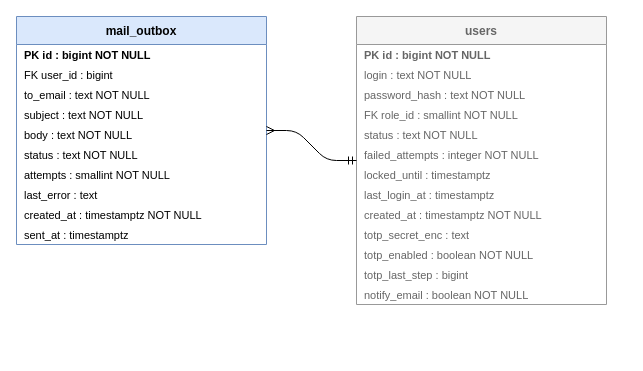
vladmeshkov/js-course-work keeps this draw.io diagram as page "Почта" (11 of 14) of docs/diagrams/er.drawio. Above is the earlier version. Source tidied: cells renumbered, new cells numbered last; positions are measured from the earlier drawing's top-left corner, leaving out a move shared by most shapes. Both pictures are drawn from the tidied source at 100%, with x=0, y=0 at pixel (16, 16).
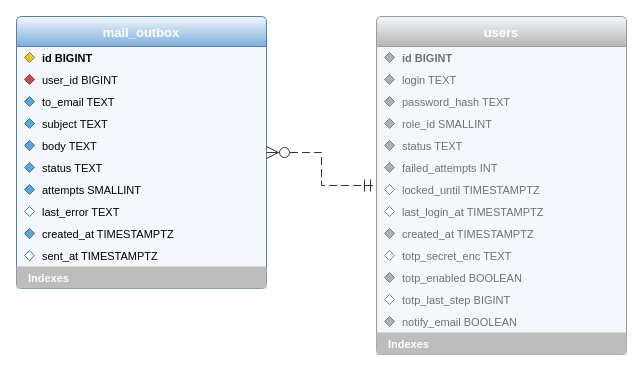
After the change.

Diff of the diagram source:
```diff
@@
-    <mxCell id="2" value="mail_outbox" style="swimlane;fontStyle=1;horizontal=1;startSize=28;fillColor=#dae8fc;strokeColor=#6c8ebf;fontColor=#000000;" parent="1" vertex="1">
-      <mxGeometry width="250" height="228" as="geometry" />
+    <mxCell id="2" value="mail_outbox" style="swimlane;fontStyle=1;fontSize=13;horizontal=1;startSize=30;rounded=1;arcSize=6;fillColor=#F4F8FC;swimlaneFillColor=#F4F8FC;gradientColor=#7FAEDB;strokeColor=#4F81B0;fontColor=#FFFFFF;align=center;" parent="1" vertex="1">
+      <mxGeometry width="250" height="272" as="geometry" />
     </mxCell>
-    <mxCell id="3" value="PK id : bigint NOT NULL" style="text;strokeColor=none;fillColor=none;align=left;verticalAlign=middle;spacingLeft=6;overflow=hidden;whiteSpace=nowrap;fontSize=11;fontStyle=1;" parent="2" vertex="1">
-      <mxGeometry y="28" width="250" height="20" as="geometry" />
+    <mxCell id="3" style="rhombus;fillColor=#F2C12E;strokeColor=#A07B00;" parent="2" vertex="1">
+      <mxGeometry x="8" y="36" width="10" height="10" as="geometry" />
     </mxCell>
-    <mxCell id="4" value="FK user_id : bigint" style="text;strokeColor=none;fillColor=none;align=left;verticalAlign=middle;spacingLeft=6;overflow=hidden;whiteSpace=nowrap;fontSize=11;" parent="2" vertex="1">
-      <mxGeometry y="48" width="250" height="20" as="geometry" />
+    <mxCell id="4" value="id BIGINT" style="text;strokeColor=none;fillColor=none;align=left;verticalAlign=middle;spacingLeft=24;overflow=hidden;whiteSpace=nowrap;fontSize=11;fontStyle=1;" parent="2" vertex="1">
+      <mxGeometry y="30" width="250" height="22" as="geometry" />
     </mxCell>
-    <mxCell id="5" value="   to_email : text NOT NULL" style="text;strokeColor=none;fillColor=none;align=left;verticalAlign=middle;spacingLeft=6;overflow=hidden;whiteSpace=nowrap;fontSize=11;" parent="2" vertex="1">
-      <mxGeometry y="68" width="250" height="20" as="geometry" />
+    <mxCell id="5" style="rhombus;fillColor=#C0504D;strokeColor=#8E2E2B;" parent="2" vertex="1">
+      <mxGeometry x="8" y="58" width="10" height="10" as="geometry" />
     </mxCell>
-    <mxCell id="6" value="   subject : text NOT NULL" style="text;strokeColor=none;fillColor=none;align=left;verticalAlign=middle;spacingLeft=6;overflow=hidden;whiteSpace=nowrap;fontSize=11;" parent="2" vertex="1">
-      <mxGeometry y="88" width="250" height="20" as="geometry" />
+    <mxCell id="6" value="user_id BIGINT" style="text;strokeColor=none;fillColor=none;align=left;verticalAlign=middle;spacingLeft=24;overflow=hidden;whiteSpace=nowrap;fontSize=11;" parent="2" vertex="1">
+      <mxGeometry y="52" width="250" height="22" as="geometry" />
     </mxCell>
-    <mxCell id="7" value="   body : text NOT NULL" style="text;strokeColor=none;fillColor=none;align=left;verticalAlign=middle;spacingLeft=6;overflow=hidden;whiteSpace=nowrap;fontSize=11;" parent="2" vertex="1">
-      <mxGeometry y="108" width="250" height="20" as="geometry" />
+    <mxCell id="7" style="rhombus;fillColor=#5BA7D6;strokeColor=#2F76A3;" parent="2" vertex="1">
+      <mxGeometry x="8" y="80" width="10" height="10" as="geometry" />
     </mxCell>
-    <mxCell id="8" value="   status : text NOT NULL" style="text;strokeColor=none;fillColor=none;align=left;verticalAlign=middle;spacingLeft=6;overflow=hidden;whiteSpace=nowrap;fontSize=11;" parent="2" vertex="1">
-      <mxGeometry y="128" width="250" height="20" as="geometry" />
+    <mxCell id="8" value="to_email TEXT" style="text;strokeColor=none;fillColor=none;align=left;verticalAlign=middle;spacingLeft=24;overflow=hidden;whiteSpace=nowrap;fontSize=11;" parent="2" vertex="1">
+      <mxGeometry y="74" width="250" height="22" as="geometry" />
     </mxCell>
-    <mxCell id="9" value="   attempts : smallint NOT NULL" style="text;strokeColor=none;fillColor=none;align=left;verticalAlign=middle;spacingLeft=6;overflow=hidden;whiteSpace=nowrap;fontSize=11;" parent="2" vertex="1">
-      <mxGeometry y="148" width="250" height="20" as="geometry" />
+    <mxCell id="9" style="rhombus;fillColor=#5BA7D6;strokeColor=#2F76A3;" parent="2" vertex="1">
+      <mxGeometry x="8" y="102" width="10" height="10" as="geometry" />
     </mxCell>
-    <mxCell id="10" value="   last_error : text" style="text;strokeColor=none;fillColor=none;align=left;verticalAlign=middle;spacingLeft=6;overflow=hidden;whiteSpace=nowrap;fontSize=11;" parent="2" vertex="1">
-      <mxGeometry y="168" width="250" height="20" as="geometry" />
+    <mxCell id="10" value="subject TEXT" style="text;strokeColor=none;fillColor=none;align=left;verticalAlign=middle;spacingLeft=24;overflow=hidden;whiteSpace=nowrap;fontSize=11;" parent="2" vertex="1">
+      <mxGeometry y="96" width="250" height="22" as="geometry" />
     </mxCell>
-    <mxCell id="11" value="   created_at : timestamptz NOT NULL" style="text;strokeColor=none;fillColor=none;align=left;verticalAlign=middle;spacingLeft=6;overflow=hidden;whiteSpace=nowrap;fontSize=11;" parent="2" vertex="1">
-      <mxGeometry y="188" width="250" height="20" as="geometry" />
+    <mxCell id="11" style="rhombus;fillColor=#5BA7D6;strokeColor=#2F76A3;" parent="2" vertex="1">
+      <mxGeometry x="8" y="124" width="10" height="10" as="geometry" />
     </mxCell>
-    <mxCell id="12" value="   sent_at : timestamptz" style="text;strokeColor=none;fillColor=none;align=left;verticalAlign=middle;spacingLeft=6;overflow=hidden;whiteSpace=nowrap;fontSize=11;" parent="2" vertex="1">
-      <mxGeometry y="208" width="250" height="20" as="geometry" />
+    <mxCell id="12" value="body TEXT" style="text;strokeColor=none;fillColor=none;align=left;verticalAlign=middle;spacingLeft=24;overflow=hidden;whiteSpace=nowrap;fontSize=11;" parent="2" vertex="1">
+      <mxGeometry y="118" width="250" height="22" as="geometry" />
     </mxCell>
-    <mxCell id="13" value="users" style="swimlane;fontStyle=1;horizontal=1;startSize=28;fillColor=#f5f5f5;strokeColor=#999999;fontColor=#666666;" parent="1" vertex="1">
-      <mxGeometry x="340" width="250" height="288" as="geometry" />
+    <mxCell id="13" style="rhombus;fillColor=#5BA7D6;strokeColor=#2F76A3;" parent="2" vertex="1">
+      <mxGeometry x="8" y="146" width="10" height="10" as="geometry" />
     </mxCell>
-    <mxCell id="14" value="PK id : bigint NOT NULL" style="text;strokeColor=none;fillColor=none;align=left;verticalAlign=middle;spacingLeft=6;overflow=hidden;whiteSpace=nowrap;fontSize=11;fontStyle=1;fontColor=#666666;" parent="13" vertex="1">
-      <mxGeometry y="28" width="250" height="20" as="geometry" />
+    <mxCell id="14" value="status TEXT" style="text;strokeColor=none;fillColor=none;align=left;verticalAlign=middle;spacingLeft=24;overflow=hidden;whiteSpace=nowrap;fontSize=11;" parent="2" vertex="1">
+      <mxGeometry y="140" width="250" height="22" as="geometry" />
     </mxCell>
-    <mxCell id="15" value="   login : text NOT NULL" style="text;strokeColor=none;fillColor=none;align=left;verticalAlign=middle;spacingLeft=6;overflow=hidden;whiteSpace=nowrap;fontSize=11;fontColor=#666666;" parent="13" vertex="1">
-      <mxGeometry y="48" width="250" height="20" as="geometry" />
+    <mxCell id="15" style="rhombus;fillColor=#5BA7D6;strokeColor=#2F76A3;" parent="2" vertex="1">
+      <mxGeometry x="8" y="168" width="10" height="10" as="geometry" />
     </mxCell>
-    <mxCell id="16" value="   password_hash : text NOT NULL" style="text;strokeColor=none;fillColor=none;align=left;verticalAlign=middle;spacingLeft=6;overflow=hidden;whiteSpace=nowrap;fontSize=11;fontColor=#666666;" parent="13" vertex="1">
-      <mxGeometry y="68" width="250" height="20" as="geometry" />
+    <mxCell id="16" value="attempts SMALLINT" style="text;strokeColor=none;fillColor=none;align=left;verticalAlign=middle;spacingLeft=24;overflow=hidden;whiteSpace=nowrap;fontSize=11;" parent="2" vertex="1">
+      <mxGeometry y="162" width="250" height="22" as="geometry" />
     </mxCell>
-    <mxCell id="17" value="FK role_id : smallint NOT NULL" style="text;strokeColor=none;fillColor=none;align=left;verticalAlign=middle;spacingLeft=6;overflow=hidden;whiteSpace=nowrap;fontSize=11;fontColor=#666666;" parent="13" vertex="1">
-      <mxGeometry y="88" width="250" height="20" as="geometry" />
+    <mxCell id="17" style="rhombus;fillColor=#FFFFFF;strokeColor=#2F76A3;" parent="2" vertex="1">
+      <mxGeometry x="8" y="190" width="10" height="10" as="geometry" />
     </mxCell>
-    <mxCell id="18" value="   status : text NOT NULL" style="text;strokeColor=none;fillColor=none;align=left;verticalAlign=middle;spacingLeft=6;overflow=hidden;whiteSpace=nowrap;fontSize=11;fontColor=#666666;" parent="13" vertex="1">
-      <mxGeometry y="108" width="250" height="20" as="geometry" />
+    <mxCell id="18" value="last_error TEXT" style="text;strokeColor=none;fillColor=none;align=left;verticalAlign=middle;spacingLeft=24;overflow=hidden;whiteSpace=nowrap;fontSize=11;" parent="2" vertex="1">
+      <mxGeometry y="184" width="250" height="22" as="geometry" />
     </mxCell>
-    <mxCell id="19" value="   failed_attempts : integer NOT NULL" style="text;strokeColor=none;fillColor=none;align=left;verticalAlign=middle;spacingLeft=6;overflow=hidden;whiteSpace=nowrap;fontSize=11;fontColor=#666666;" parent="13" vertex="1">
-      <mxGeometry y="128" width="250" height="20" as="geometry" />
+    <mxCell id="19" style="rhombus;fillColor=#5BA7D6;strokeColor=#2F76A3;" parent="2" vertex="1">
+      <mxGeometry x="8" y="212" width="10" height="10" as="geometry" />
     </mxCell>
-    <mxCell id="20" value="   locked_until : timestamptz" style="text;strokeColor=none;fillColor=none;align=left;verticalAlign=middle;spacingLeft=6;overflow=hidden;whiteSpace=nowrap;fontSize=11;fontColor=#666666;" parent="13" vertex="1">
-      <mxGeometry y="148" width="250" height="20" as="geometry" />
+    <mxCell id="20" value="created_at TIMESTAMPTZ" style="text;strokeColor=none;fillColor=none;align=left;verticalAlign=middle;spacingLeft=24;overflow=hidden;whiteSpace=nowrap;fontSize=11;" parent="2" vertex="1">
+      <mxGeometry y="206" width="250" height="22" as="geometry" />
     </mxCell>
-    <mxCell id="21" value="   last_login_at : timestamptz" style="text;strokeColor=none;fillColor=none;align=left;verticalAlign=middle;spacingLeft=6;overflow=hidden;whiteSpace=nowrap;fontSize=11;fontColor=#666666;" parent="13" vertex="1">
-      <mxGeometry y="168" width="250" height="20" as="geometry" />
+    <mxCell id="21" style="rhombus;fillColor=#FFFFFF;strokeColor=#2F76A3;" parent="2" vertex="1">
+      <mxGeometry x="8" y="234" width="10" height="10" as="geometry" />
     </mxCell>
-    <mxCell id="22" value="   created_at : timestamptz NOT NULL" style="text;strokeColor=none;fillColor=none;align=left;verticalAlign=middle;spacingLeft=6;overflow=hidden;whiteSpace=nowrap;fontSize=11;fontColor=#666666;" parent="13" vertex="1">
-      <mxGeometry y="188" width="250" height="20" as="geometry" />
+    <mxCell id="22" value="sent_at TIMESTAMPTZ" style="text;strokeColor=none;fillColor=none;align=left;verticalAlign=middle;spacingLeft=24;overflow=hidden;whiteSpace=nowrap;fontSize=11;" parent="2" vertex="1">
+      <mxGeometry y="228" width="250" height="22" as="geometry" />
     </mxCell>
-    <mxCell id="23" value="   totp_secret_enc : text" style="text;strokeColor=none;fillColor=none;align=left;verticalAlign=middle;spacingLeft=6;overflow=hidden;whiteSpace=nowrap;fontSize=11;fontColor=#666666;" parent="13" vertex="1">
-      <mxGeometry y="208" width="250" height="20" as="geometry" />
+    <mxCell id="23" value="Indexes" style="text;strokeColor=none;fillColor=#BDBDBD;fontColor=#FFFFFF;fontStyle=1;fontSize=11;align=left;verticalAlign=middle;spacingLeft=10;" parent="2" vertex="1">
+      <mxGeometry y="250" width="250" height="22" as="geometry" />
     </mxCell>
-    <mxCell id="24" value="   totp_enabled : boolean NOT NULL" style="text;strokeColor=none;fillColor=none;align=left;verticalAlign=middle;spacingLeft=6;overflow=hidden;whiteSpace=nowrap;fontSize=11;fontColor=#666666;" parent="13" vertex="1">
-      <mxGeometry y="228" width="250" height="20" as="geometry" />
+    <mxCell id="24" value="users" style="swimlane;fontStyle=1;fontSize=13;horizontal=1;startSize=30;rounded=1;arcSize=6;fillColor=#F4F8FC;swimlaneFillColor=#F4F8FC;gradientColor=#B5B5B5;strokeColor=#9A9A9A;fontColor=#FFFFFF;align=center;" parent="1" vertex="1">
+      <mxGeometry x="360" width="250" height="338" as="geometry" />
     </mxCell>
-    <mxCell id="25" value="   totp_last_step : bigint" style="text;strokeColor=none;fillColor=none;align=left;verticalAlign=middle;spacingLeft=6;overflow=hidden;whiteSpace=nowrap;fontSize=11;fontColor=#666666;" parent="13" vertex="1">
-      <mxGeometry y="248" width="250" height="20" as="geometry" />
+    <mxCell id="25" style="rhombus;fillColor=#B0B0B0;strokeColor=#808080;" parent="24" vertex="1">
+      <mxGeometry x="8" y="36" width="10" height="10" as="geometry" />
     </mxCell>
-    <mxCell id="26" value="   notify_email : boolean NOT NULL" style="text;strokeColor=none;fillColor=none;align=left;verticalAlign=middle;spacingLeft=6;overflow=hidden;whiteSpace=nowrap;fontSize=11;fontColor=#666666;" parent="13" vertex="1">
-      <mxGeometry y="268" width="250" height="20" as="geometry" />
+    <mxCell id="26" value="id BIGINT" style="text;strokeColor=none;fillColor=none;align=left;verticalAlign=middle;spacingLeft=24;overflow=hidden;whiteSpace=nowrap;fontSize=11;fontStyle=1;fontColor=#707070;" parent="24" vertex="1">
+      <mxGeometry y="30" width="250" height="22" as="geometry" />
     </mxCell>
-    <mxCell id="27" style="edgeStyle=entityRelationEdgeStyle;fontSize=12;html=1;endArrow=ERmandOne;startArrow=ERmany;endFill=0;startFill=0;" parent="1" edge="1" source="2" target="13">
-      <mxGeometry relative="1" as="geometry" />
+    <mxCell id="27" style="rhombus;fillColor=#B0B0B0;strokeColor=#808080;" parent="24" vertex="1">
+      <mxGeometry x="8" y="58" width="10" height="10" as="geometry" />
     </mxCell>
+    <mxCell id="28" value="login TEXT" style="text;strokeColor=none;fillColor=none;align=left;verticalAlign=middle;spacingLeft=24;overflow=hidden;whiteSpace=nowrap;fontSize=11;fontColor=#707070;" parent="24" vertex="1">
+      <mxGeometry y="52" width="250" height="22" as="geometry" />
+    </mxCell>
+    <mxCell id="29" style="rhombus;fillColor=#B0B0B0;strokeColor=#808080;" parent="24" vertex="1">
+      <mxGeometry x="8" y="80" width="10" height="10" as="geometry" />
+    </mxCell>
+    <mxCell id="30" value="password_hash TEXT" style="text;strokeColor=none;fillColor=none;align=left;verticalAlign=middle;spacingLeft=24;overflow=hidden;whiteSpace=nowrap;fontSize=11;fontColor=#707070;" parent="24" vertex="1">
+      <mxGeometry y="74" width="250" height="22" as="geometry" />
+    </mxCell>
+    <mxCell id="31" style="rhombus;fillColor=#B0B0B0;strokeColor=#808080;" parent="24" vertex="1">
+      <mxGeometry x="8" y="102" width="10" height="10" as="geometry" />
+    </mxCell>
+    <mxCell id="32" value="role_id SMALLINT" style="text;strokeColor=none;fillColor=none;align=left;verticalAlign=middle;spacingLeft=24;overflow=hidden;whiteSpace=nowrap;fontSize=11;fontColor=#707070;" parent="24" vertex="1">
+      <mxGeometry y="96" width="250" height="22" as="geometry" />
+    </mxCell>
+    <mxCell id="33" style="rhombus;fillColor=#B0B0B0;strokeColor=#808080;" parent="24" vertex="1">
+      <mxGeometry x="8" y="124" width="10" height="10" as="geometry" />
+    </mxCell>
+    <mxCell id="34" value="status TEXT" style="text;strokeColor=none;fillColor=none;align=left;verticalAlign=middle;spacingLeft=24;overflow=hidden;whiteSpace=nowrap;fontSize=11;fontColor=#707070;" parent="24" vertex="1">
+      <mxGeometry y="118" width="250" height="22" as="geometry" />
+    </mxCell>
+    <mxCell id="35" style="rhombus;fillColor=#B0B0B0;strokeColor=#808080;" parent="24" vertex="1">
+      <mxGeometry x="8" y="146" width="10" height="10" as="geometry" />
+    </mxCell>
+    <mxCell id="36" value="failed_attempts INT" style="text;strokeColor=none;fillColor=none;align=left;verticalAlign=middle;spacingLeft=24;overflow=hidden;whiteSpace=nowrap;fontSize=11;fontColor=#707070;" parent="24" vertex="1">
+      <mxGeometry y="140" width="250" height="22" as="geometry" />
+    </mxCell>
+    <mxCell id="37" style="rhombus;fillColor=#FFFFFF;strokeColor=#808080;" parent="24" vertex="1">
+      <mxGeometry x="8" y="168" width="10" height="10" as="geometry" />
+    </mxCell>
+    <mxCell id="38" value="locked_until TIMESTAMPTZ" style="text;strokeColor=none;fillColor=none;align=left;verticalAlign=middle;spacingLeft=24;overflow=hidden;whiteSpace=nowrap;fontSize=11;fontColor=#707070;" parent="24" vertex="1">
+      <mxGeometry y="162" width="250" height="22" as="geometry" />
+    </mxCell>
+    <mxCell id="39" style="rhombus;fillColor=#FFFFFF;strokeColor=#808080;" parent="24" vertex="1">
+      <mxGeometry x="8" y="190" width="10" height="10" as="geometry" />
+    </mxCell>
+    <mxCell id="40" value="last_login_at TIMESTAMPTZ" style="text;strokeColor=none;fillColor=none;align=left;verticalAlign=middle;spacingLeft=24;overflow=hidden;whiteSpace=nowrap;fontSize=11;fontColor=#707070;" parent="24" vertex="1">
+      <mxGeometry y="184" width="250" height="22" as="geometry" />
+    </mxCell>
+    <mxCell id="41" style="rhombus;fillColor=#B0B0B0;strokeColor=#808080;" parent="24" vertex="1">
+      <mxGeometry x="8" y="212" width="10" height="10" as="geometry" />
+    </mxCell>
+    <mxCell id="42" value="created_at TIMESTAMPTZ" style="text;strokeColor=none;fillColor=none;align=left;verticalAlign=middle;spacingLeft=24;overflow=hidden;whiteSpace=nowrap;fontSize=11;fontColor=#707070;" parent="24" vertex="1">
+      <mxGeometry y="206" width="250" height="22" as="geometry" />
+    </mxCell>
+    <mxCell id="43" style="rhombus;fillColor=#FFFFFF;strokeColor=#808080;" parent="24" vertex="1">
+      <mxGeometry x="8" y="234" width="10" height="10" as="geometry" />
+    </mxCell>
+    <mxCell id="44" value="totp_secret_enc TEXT" style="text;strokeColor=none;fillColor=none;align=left;verticalAlign=middle;spacingLeft=24;overflow=hidden;whiteSpace=nowrap;fontSize=11;fontColor=#707070;" parent="24" vertex="1">
+      <mxGeometry y="228" width="250" height="22" as="geometry" />
+    </mxCell>
+    <mxCell id="45" style="rhombus;fillColor=#B0B0B0;strokeColor=#808080;" parent="24" vertex="1">
+      <mxGeometry x="8" y="256" width="10" height="10" as="geometry" />
+    </mxCell>
+    <mxCell id="46" value="totp_enabled BOOLEAN" style="text;strokeColor=none;fillColor=none;align=left;verticalAlign=middle;spacingLeft=24;overflow=hidden;whiteSpace=nowrap;fontSize=11;fontColor=#707070;" parent="24" vertex="1">
+      <mxGeometry y="250" width="250" height="22" as="geometry" />
+    </mxCell>
+    <mxCell id="47" style="rhombus;fillColor=#FFFFFF;strokeColor=#808080;" parent="24" vertex="1">
+      <mxGeometry x="8" y="278" width="10" height="10" as="geometry" />
+    </mxCell>
+    <mxCell id="48" value="totp_last_step BIGINT" style="text;strokeColor=none;fillColor=none;align=left;verticalAlign=middle;spacingLeft=24;overflow=hidden;whiteSpace=nowrap;fontSize=11;fontColor=#707070;" parent="24" vertex="1">
+      <mxGeometry y="272" width="250" height="22" as="geometry" />
+    </mxCell>
+    <mxCell id="49" style="rhombus;fillColor=#B0B0B0;strokeColor=#808080;" parent="24" vertex="1">
+      <mxGeometry x="8" y="300" width="10" height="10" as="geometry" />
+    </mxCell>
+    <mxCell id="50" value="notify_email BOOLEAN" style="text;strokeColor=none;fillColor=none;align=left;verticalAlign=middle;spacingLeft=24;overflow=hidden;whiteSpace=nowrap;fontSize=11;fontColor=#707070;" parent="24" vertex="1">
+      <mxGeometry y="294" width="250" height="22" as="geometry" />
+    </mxCell>
+    <mxCell id="51" value="Indexes" style="text;strokeColor=none;fillColor=#BDBDBD;fontColor=#FFFFFF;fontStyle=1;fontSize=11;align=left;verticalAlign=middle;spacingLeft=10;" parent="24" vertex="1">
+      <mxGeometry y="316" width="250" height="22" as="geometry" />
+    </mxCell>
+    <mxCell id="52" style="edgeStyle=orthogonalEdgeStyle;rounded=0;html=1;dashed=1;dashPattern=8 4;strokeColor=#333333;startArrow=ERzeroToMany;endArrow=ERmandOne;startSize=10;endSize=10;startFill=0;endFill=0;" parent="1" edge="1" source="2" target="24">
+      <mxGeometry relative="1" as="geometry" />
+    </mxCell>
```
